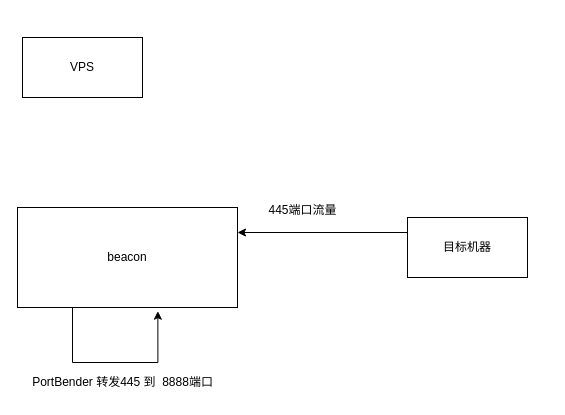
Earlier version of the draw.io diagram 未命名绘图.drawio (kaliworld/draw). Source tidied: cells renumbered, new cells numbered last; positions are measured from the earlier drawing's top-left corner, leaving out a move shared by most shapes. Both pictures are drawn from the tidied source at 100%, with x=0, y=0 at pixel (17, 37).
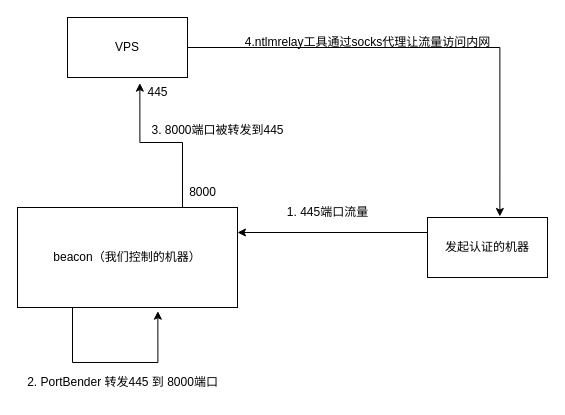
The same diagram, later.

Commit message:
更新未命名绘图.drawio

Change to the diagram source:
```diff
@@
 <mxGraphModel>
   <root>
     <mxCell id="0" />
     <mxCell id="1" parent="0" />
+    <mxCell id="9" style="edgeStyle=orthogonalEdgeStyle;rounded=0;jettySize=auto;html=1;exitX=1;exitY=0.5;exitDx=0;exitDy=0;entryX=0.603;entryY=-0.017;entryDx=0;entryDy=0;entryPerimeter=0;" parent="1" edge="1" source="2" target="3">
+      <mxGeometry relative="1" as="geometry" />
+    </mxCell>
     <mxCell id="2" value="VPS" style="rounded=0;whiteSpace=wrap;html=1;" parent="1" vertex="1">
-      <mxGeometry x="5" width="120" height="60" as="geometry" />
+      <mxGeometry x="50" y="-20" width="120" height="60" as="geometry" />
     </mxCell>
-    <mxCell id="3" value="目标机器" style="rounded=0;whiteSpace=wrap;html=1;" parent="1" vertex="1">
-      <mxGeometry x="390" y="180" width="120" height="60" as="geometry" />
+    <mxCell id="3" value="发起认证的机器" style="rounded=0;whiteSpace=wrap;html=1;" parent="1" vertex="1">
+      <mxGeometry x="410" y="180" width="120" height="60" as="geometry" />
     </mxCell>
     <mxCell id="4" style="edgeStyle=orthogonalEdgeStyle;rounded=0;orthogonalLoop=1;jettySize=auto;html=1;exitX=0.25;exitY=1;exitDx=0;exitDy=0;entryX=0.638;entryY=1.037;entryDx=0;entryDy=0;entryPerimeter=0;" parent="1" edge="1" source="5" target="5">
       <mxGeometry relative="1" as="geometry">
         <Array as="points">
           <mxPoint x="55" y="325" />
           <mxPoint x="140" y="325" />
         </Array>
       </mxGeometry>
     </mxCell>
+    <mxCell id="10" style="edgeStyle=orthogonalEdgeStyle;rounded=0;jettySize=auto;html=1;exitX=0.75;exitY=0;exitDx=0;exitDy=0;entryX=0.603;entryY=1.094;entryDx=0;entryDy=0;entryPerimeter=0;" parent="1" edge="1" source="5" target="2">
+      <mxGeometry relative="1" as="geometry" />
+    </mxCell>
-    <mxCell id="5" value="beacon" style="rounded=0;whiteSpace=wrap;html=1;" parent="1" vertex="1">
+    <mxCell id="5" value="beacon（我们控制的机器）" style="rounded=0;whiteSpace=wrap;html=1;" parent="1" vertex="1">
       <mxGeometry y="170" width="220" height="100" as="geometry" />
     </mxCell>
     <mxCell id="6" style="endArrow=classic;html=1;rounded=0;entryX=1;entryY=0.25;entryDx=0;entryDy=0;exitX=0;exitY=0.25;exitDx=0;exitDy=0;" parent="1" edge="1" source="3" target="5">
       <mxGeometry relative="1" as="geometry" />
     </mxCell>
-    <mxCell id="7" value="445端口流量" style="text;html=1;align=center;verticalAlign=middle;strokeColor=none;fillColor=none;" parent="1" vertex="1">
-      <mxGeometry x="240" y="158" width="90" height="30" as="geometry" />
+    <mxCell id="7" value="1. 445端口流量" style="text;html=1;align=center;verticalAlign=middle;strokeColor=none;fillColor=none;" parent="1" vertex="1">
+      <mxGeometry x="260" y="160" width="100" height="30" as="geometry" />
     </mxCell>
-    <mxCell id="8" value="PortBender 转发445 到&amp;nbsp; 8888端口" style="text;html=1;align=center;verticalAlign=middle;strokeColor=none;fillColor=none;" parent="1" vertex="1">
-      <mxGeometry x="5" y="330" width="200" height="30" as="geometry" />
+    <mxCell id="8" value="2. PortBender 转发445 到 8000端口" style="text;html=1;align=center;verticalAlign=middle;strokeColor=none;fillColor=none;" parent="1" vertex="1">
+      <mxGeometry y="330" width="210" height="30" as="geometry" />
     </mxCell>
+    <mxCell id="11" value="3. 8000端口被转发到445" style="text;html=1;align=center;verticalAlign=middle;strokeColor=none;fillColor=none;" parent="1" vertex="1">
+      <mxGeometry x="120" y="78" width="160" height="30" as="geometry" />
+    </mxCell>
+    <mxCell id="12" value="8000" style="text;html=1;align=center;verticalAlign=middle;strokeColor=none;fillColor=none;" parent="1" vertex="1">
+      <mxGeometry x="160" y="140" width="50" height="30" as="geometry" />
+    </mxCell>
+    <mxCell id="13" value="445" style="text;html=1;align=center;verticalAlign=middle;strokeColor=none;fillColor=none;" parent="1" vertex="1">
+      <mxGeometry x="120" y="40" width="40" height="30" as="geometry" />
+    </mxCell>
+    <mxCell id="14" value="4.ntlmrelay工具通过socks代理让流量访问内网" style="text;html=1;align=center;verticalAlign=middle;strokeColor=none;fillColor=none;" parent="1" vertex="1">
+      <mxGeometry x="215" y="-10" width="270" height="30" as="geometry" />
+    </mxCell>
   </root>
 </mxGraphModel>
```
